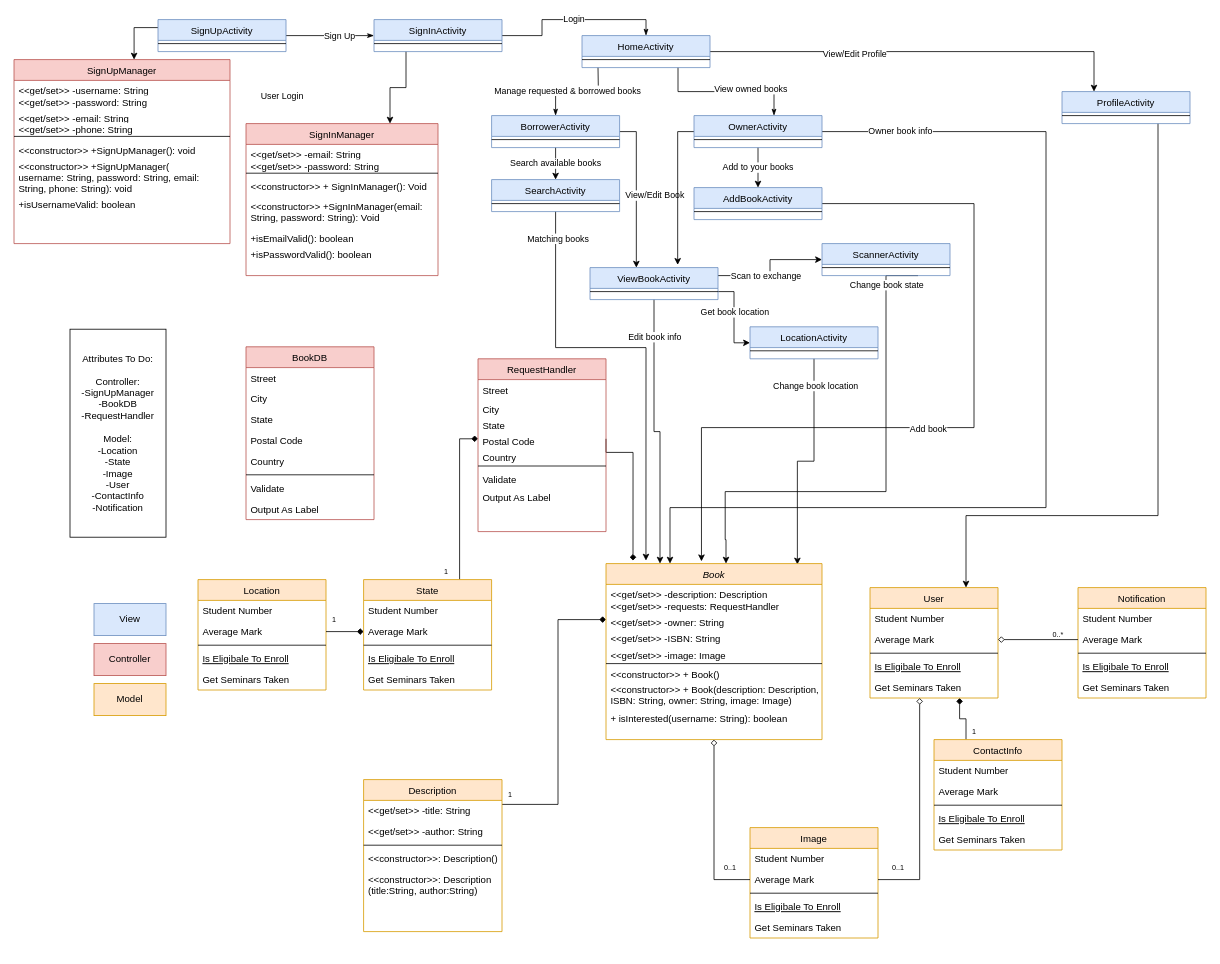
Above: doc/BookerUML.drawio in CMPUT301F20T39/Booker (draw.io), before the change. Source tidied: cells renumbered, new cells numbered last; positions are measured from the earlier drawing's top-left corner, leaving out a move shared by most shapes. Both pictures are drawn from the tidied source at 80%, with x=0, y=0 at pixel (14, 19).
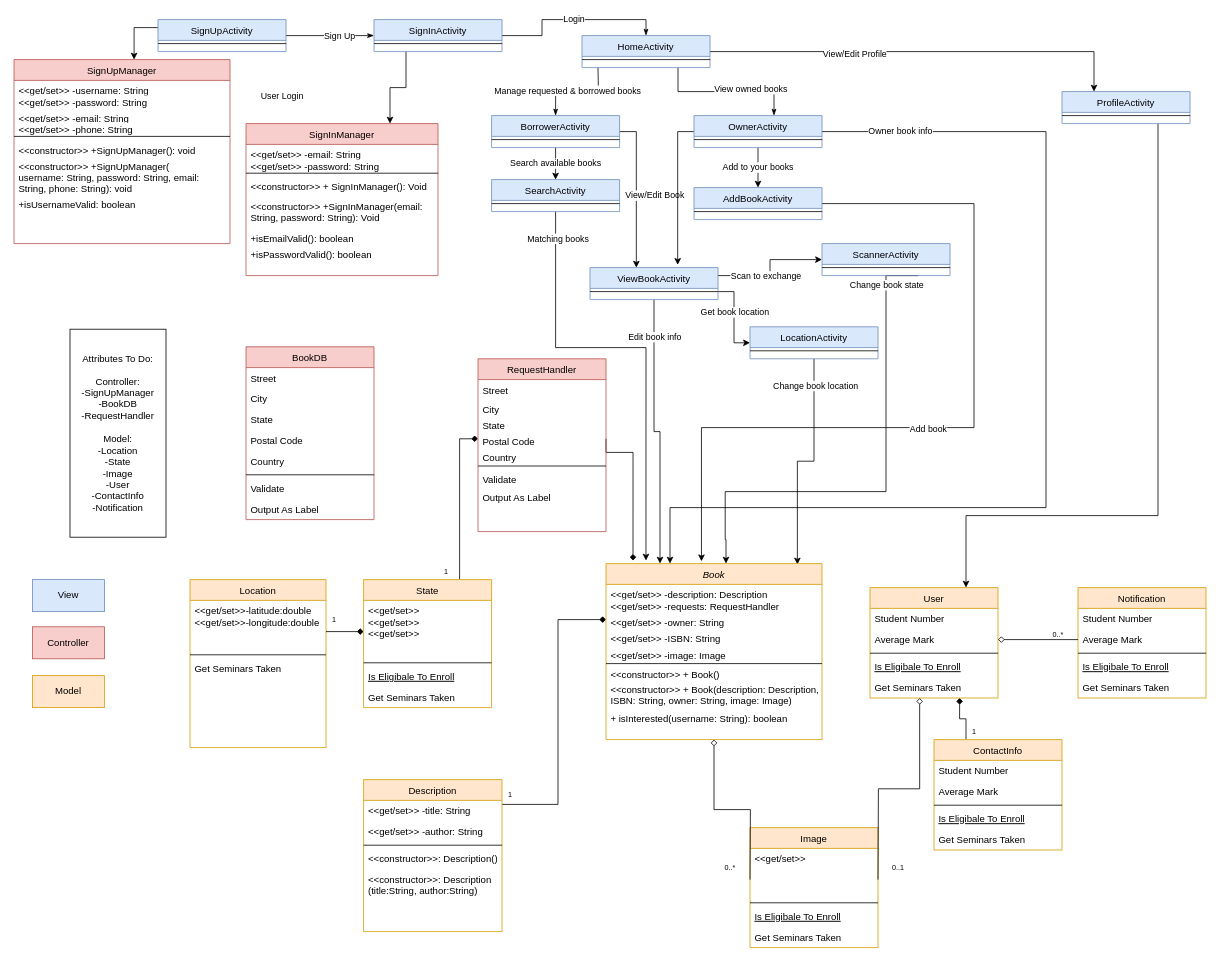
The same page after the edit.

The change refers to these unchanged cells:
```xml
<mxCell id="110" value="Get Seminars Taken" style="text;align=left;verticalAlign=top;spacingLeft=4;spacingRight=4;overflow=hidden;points=[[0,0.5],[1,0.5]];portConstraint=eastwest;" parent="105" vertex="1">
  <mxGeometry y="112" width="160" height="26" as="geometry" />
</mxCell>
<mxCell id="111" value="Book" style="swimlane;fontStyle=2;align=center;verticalAlign=top;horizontal=1;startSize=26;rounded=0;shadow=0;strokeWidth=1;fillColor=#ffe6cc;strokeColor=#d79b00;" parent="1" vertex="1">
  <mxGeometry x="740" y="680" width="270" height="220" as="geometry" />
</mxCell>
```

Change to the diagram source:
```diff
@@
     <mxCell id="4" value="State" style="swimlane;fontStyle=0;align=center;verticalAlign=top;horizontal=1;startSize=26;rounded=0;shadow=0;strokeWidth=1;fillColor=#ffe6cc;strokeColor=#d79b00;" parent="1" vertex="1">
-      <mxGeometry x="437" y="700" width="160" height="138" as="geometry" />
+      <mxGeometry x="437" y="700" width="160" height="160" as="geometry" />
     </mxCell>
-    <mxCell id="5" value="Student Number" style="text;align=left;verticalAlign=top;spacingLeft=4;spacingRight=4;overflow=hidden;" parent="4" vertex="1">
-      <mxGeometry y="26" width="160" height="26" as="geometry" />
+    <mxCell id="5" value="&lt;&lt;get/set&gt;&gt;&#10;&lt;&lt;get/set&gt;&gt;&#10;&lt;&lt;get/set&gt;&gt;" style="text;align=left;verticalAlign=top;spacingLeft=4;spacingRight=4;overflow=hidden;" parent="4" vertex="1">
+      <mxGeometry y="26" width="160" height="74" as="geometry" />
     </mxCell>
-    <mxCell id="6" value="Average Mark" style="text;align=left;verticalAlign=top;spacingLeft=4;spacingRight=4;overflow=hidden;points=[[0,0.5],[1,0.5]];portConstraint=eastwest;rounded=0;shadow=0;html=0;" parent="4" vertex="1">
-      <mxGeometry y="52" width="160" height="26" as="geometry" />
-    </mxCell>
     <mxCell id="7" style="line;html=1;strokeWidth=1;align=left;verticalAlign=middle;spacingTop=-1;spacingLeft=3;spacingRight=3;labelPosition=right;" parent="4" vertex="1">
-      <mxGeometry y="78" width="160" height="8" as="geometry" />
+      <mxGeometry y="100" width="160" height="8" as="geometry" />
     </mxCell>
     <mxCell id="8" value="Is Eligibale To Enroll" style="text;align=left;verticalAlign=top;spacingLeft=4;spacingRight=4;overflow=hidden;fontStyle=4;" parent="4" vertex="1">
-      <mxGeometry y="86" width="160" height="26" as="geometry" />
+      <mxGeometry y="108" width="160" height="26" as="geometry" />
     </mxCell>
     <mxCell id="9" value="Get Seminars Taken" style="text;align=left;verticalAlign=top;spacingLeft=4;spacingRight=4;overflow=hidden;" parent="4" vertex="1">
-      <mxGeometry y="112" width="160" height="26" as="geometry" />
+      <mxGeometry y="134" width="160" height="26" as="geometry" />
     </mxCell>
     <mxCell id="10" value="Location" style="swimlane;fontStyle=0;align=center;verticalAlign=top;horizontal=1;startSize=26;rounded=0;shadow=0;strokeWidth=1;fillColor=#ffe6cc;strokeColor=#d79b00;" parent="1" vertex="1">
-      <mxGeometry x="230" y="700" width="160" height="138" as="geometry" />
+      <mxGeometry x="220" y="700" width="170" height="210" as="geometry" />
     </mxCell>
-    <mxCell id="11" value="Student Number" style="text;align=left;verticalAlign=top;spacingLeft=4;spacingRight=4;overflow=hidden;" parent="10" vertex="1">
-      <mxGeometry y="26" width="160" height="26" as="geometry" />
+    <mxCell id="11" value="&lt;&lt;get/set&gt;&gt;-latitude:double&#10;&lt;&lt;get/set&gt;&gt;-longitude:double" style="text;align=left;verticalAlign=top;spacingLeft=4;spacingRight=4;overflow=hidden;" parent="10" vertex="1">
+      <mxGeometry y="26" width="170" height="64" as="geometry" />
     </mxCell>
-    <mxCell id="12" value="Average Mark" style="text;align=left;verticalAlign=top;spacingLeft=4;spacingRight=4;overflow=hidden;points=[[0,0.5],[1,0.5]];portConstraint=eastwest;rounded=0;shadow=0;html=0;" parent="10" vertex="1">
-      <mxGeometry y="52" width="160" height="26" as="geometry" />
-    </mxCell>
     <mxCell id="13" style="line;html=1;strokeWidth=1;align=left;verticalAlign=middle;spacingTop=-1;spacingLeft=3;spacingRight=3;labelPosition=right;" parent="10" vertex="1">
-      <mxGeometry y="78" width="160" height="8" as="geometry" />
+      <mxGeometry y="90" width="170" height="8" as="geometry" />
     </mxCell>
-    <mxCell id="14" value="Is Eligibale To Enroll" style="text;align=left;verticalAlign=top;spacingLeft=4;spacingRight=4;overflow=hidden;fontStyle=4;" parent="10" vertex="1">
-      <mxGeometry y="86" width="160" height="26" as="geometry" />
-    </mxCell>
     <mxCell id="15" value="Get Seminars Taken" style="text;align=left;verticalAlign=top;spacingLeft=4;spacingRight=4;overflow=hidden;" parent="10" vertex="1">
-      <mxGeometry y="112" width="160" height="26" as="geometry" />
+      <mxGeometry y="98" width="170" height="82" as="geometry" />
     </mxCell>
-    <mxCell id="16" style="edgeStyle=orthogonalEdgeStyle;rounded=0;jettySize=auto;html=1;exitX=1;exitY=0.5;exitDx=0;exitDy=0;entryX=0;entryY=0.5;entryDx=0;entryDy=0;startArrow=none;startFill=0;endArrow=diamond;endFill=1;" parent="1" edge="1" source="12" target="6">
-      <mxGeometry relative="1" as="geometry" />
+    <mxCell id="16" style="edgeStyle=orthogonalEdgeStyle;rounded=0;orthogonalLoop=1;jettySize=auto;html=1;exitX=1;exitY=0.5;exitDx=0;exitDy=0;entryX=0;entryY=0.5;entryDx=0;entryDy=0;startArrow=none;startFill=0;endArrow=diamond;endFill=1;" parent="1" edge="1">
+      <mxGeometry relative="1" as="geometry">
+        <mxPoint x="390" y="765" as="sourcePoint" />
+        <mxPoint x="437" y="765" as="targetPoint" />
+      </mxGeometry>
     </mxCell>
@@
     <mxCell id="99" value="Image" style="swimlane;fontStyle=0;align=center;verticalAlign=top;horizontal=1;startSize=26;rounded=0;shadow=0;strokeWidth=1;fillColor=#ffe6cc;strokeColor=#d79b00;" parent="1" vertex="1">
-      <mxGeometry x="920" y="1010" width="160" height="138" as="geometry" />
+      <mxGeometry x="920" y="1010" width="160" height="150" as="geometry" />
     </mxCell>
-    <mxCell id="100" value="Student Number" style="text;align=left;verticalAlign=top;spacingLeft=4;spacingRight=4;overflow=hidden;" parent="99" vertex="1">
-      <mxGeometry y="26" width="160" height="26" as="geometry" />
+    <mxCell id="100" value="&lt;&lt;get/set&gt;&gt;" style="text;align=left;verticalAlign=top;spacingLeft=4;spacingRight=4;overflow=hidden;" parent="99" vertex="1">
+      <mxGeometry y="26" width="160" height="64" as="geometry" />
     </mxCell>
-    <mxCell id="101" value="Average Mark" style="text;align=left;verticalAlign=top;spacingLeft=4;spacingRight=4;overflow=hidden;points=[[0,0.5],[1,0.5]];portConstraint=eastwest;rounded=0;shadow=0;html=0;" parent="99" vertex="1">
-      <mxGeometry y="52" width="160" height="26" as="geometry" />
-    </mxCell>
     <mxCell id="102" style="line;html=1;strokeWidth=1;align=left;verticalAlign=middle;spacingTop=-1;spacingLeft=3;spacingRight=3;labelPosition=right;" parent="99" vertex="1">
-      <mxGeometry y="78" width="160" height="8" as="geometry" />
+      <mxGeometry y="90" width="160" height="8" as="geometry" />
     </mxCell>
     <mxCell id="103" value="Is Eligibale To Enroll" style="text;align=left;verticalAlign=top;spacingLeft=4;spacingRight=4;overflow=hidden;fontStyle=4;" parent="99" vertex="1">
-      <mxGeometry y="86" width="160" height="26" as="geometry" />
+      <mxGeometry y="98" width="160" height="26" as="geometry" />
     </mxCell>
     <mxCell id="104" value="Get Seminars Taken" style="text;align=left;verticalAlign=top;spacingLeft=4;spacingRight=4;overflow=hidden;" parent="99" vertex="1">
-      <mxGeometry y="112" width="160" height="26" as="geometry" />
+      <mxGeometry y="124" width="160" height="26" as="geometry" />
     </mxCell>
@@
-    <mxCell id="121" style="edgeStyle=orthogonalEdgeStyle;rounded=0;jettySize=auto;html=1;exitX=1;exitY=0.5;exitDx=0;exitDy=0;endArrow=diamond;endFill=0;entryX=0.388;entryY=1;entryDx=0;entryDy=0;entryPerimeter=0;" parent="1" edge="1" source="101" target="110">
-      <mxGeometry relative="1" as="geometry" />
+    <mxCell id="121" style="edgeStyle=orthogonalEdgeStyle;rounded=0;jettySize=auto;html=1;exitX=1;exitY=0.5;exitDx=0;exitDy=0;endArrow=diamond;endFill=0;entryX=0.388;entryY=1;entryDx=0;entryDy=0;entryPerimeter=0;" parent="1" edge="1" target="110">
+      <mxGeometry relative="1" as="geometry">
+        <mxPoint x="1080" y="1075" as="sourcePoint" />
+      </mxGeometry>
     </mxCell>
-    <mxCell id="122" style="edgeStyle=orthogonalEdgeStyle;rounded=0;jettySize=auto;html=1;exitX=0;exitY=0.5;exitDx=0;exitDy=0;endArrow=diamond;endFill=0;entryX=0.5;entryY=1;entryDx=0;entryDy=0;" parent="1" edge="1" source="101" target="111">
-      <mxGeometry relative="1" as="geometry" />
+    <mxCell id="122" style="edgeStyle=orthogonalEdgeStyle;rounded=0;jettySize=auto;html=1;exitX=0;exitY=0.5;exitDx=0;exitDy=0;endArrow=diamond;endFill=0;entryX=0.5;entryY=1;entryDx=0;entryDy=0;" parent="1" edge="1" target="111">
+      <mxGeometry relative="1" as="geometry">
+        <mxPoint x="920" y="1075" as="sourcePoint" />
+      </mxGeometry>
     </mxCell>
@@
     <mxCell id="129" value="Model" style="whiteSpace=wrap;html=1;fillColor=#ffe6cc;strokeColor=#d79b00;" parent="1" vertex="1">
-      <mxGeometry x="100" y="830" width="90" height="40" as="geometry" />
+      <mxGeometry x="23" y="820" width="90" height="40" as="geometry" />
     </mxCell>
     <mxCell id="130" value="View" style="whiteSpace=wrap;html=1;fillColor=#dae8fc;strokeColor=#6c8ebf;" parent="1" vertex="1">
-      <mxGeometry x="100" y="730" width="90" height="40" as="geometry" />
+      <mxGeometry x="23" y="700" width="90" height="40" as="geometry" />
     </mxCell>
     <mxCell id="131" value="Controller" style="whiteSpace=wrap;html=1;fillColor=#f8cecc;strokeColor=#b85450;" parent="1" vertex="1">
-      <mxGeometry x="100" y="780" width="90" height="40" as="geometry" />
+      <mxGeometry x="23" y="759" width="90" height="40" as="geometry" />
     </mxCell>
@@
-    <mxCell id="133" value="0..1" style="text;html=1;align=center;verticalAlign=middle;fontSize=9;" parent="1" vertex="1">
+    <mxCell id="133" value="0..*" style="text;html=1;align=center;verticalAlign=middle;fontSize=9;" parent="1" vertex="1">
       <mxGeometry x="880" y="1050" width="30" height="20" as="geometry" />
     </mxCell>
```
